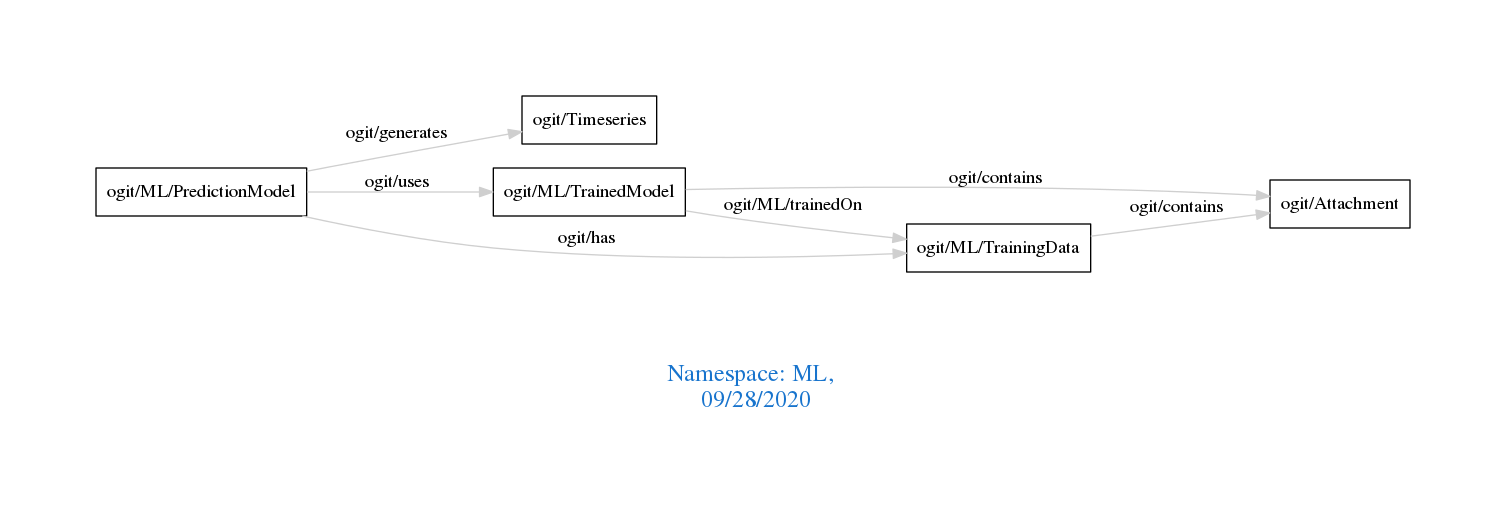
Earlier version of the Graphviz export downloads/ML.png (arago/OGIT). Its source is kept beside it as downloads/ML.dot.
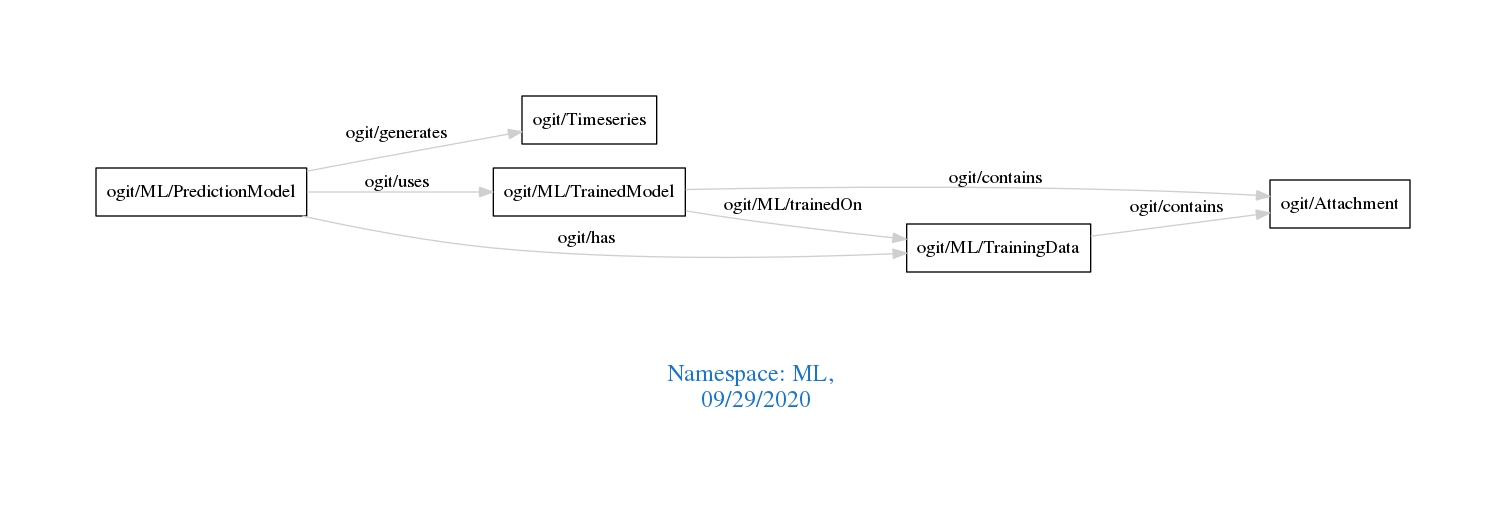
After the commit.

Diff of the diagram source:
```diff
@@ -1,7 +1,7 @@
 digraph OGIT_ontology {
  graph [ rankdir= LR,pad=1
 fontsize = 18,
-fontcolor= dodgerblue3,label = "\n\n\nNamespace: ML, \n 09/28/2020"];
+fontcolor= dodgerblue3,label = "\n\n\nNamespace: ML, \n 09/29/2020"];
 node[shape=polygon];
 edge [  color="gray81"];
 
```
